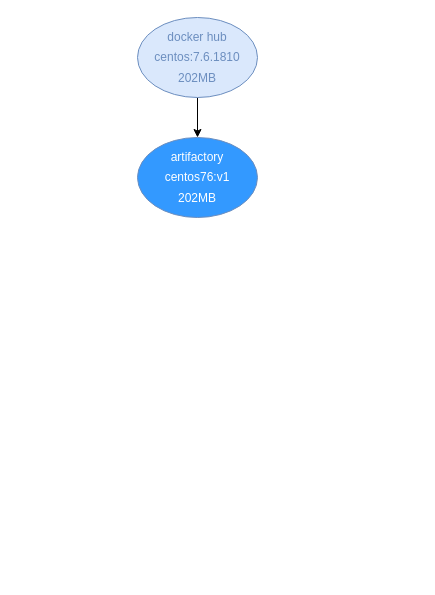
Before: pythonk8s.drawio in zhangjiongcn/drawio, a draw.io diagram. Source tidied: cells renumbered, new cells numbered last; positions are measured from the earlier drawing's top-left corner, leaving out a move shared by most shapes. Both pictures are drawn from the tidied source at 100%, with x=0, y=0 at pixel (137, 17).
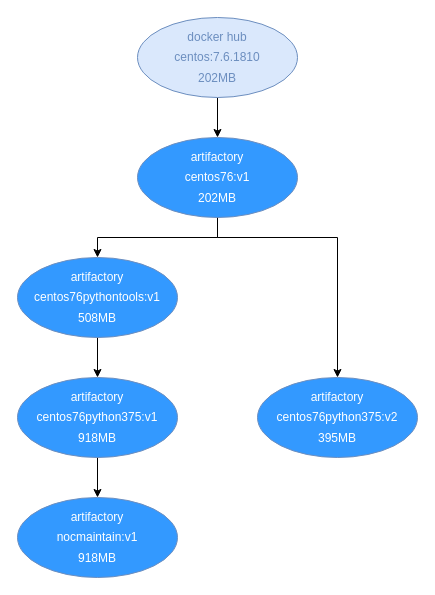
Above is the later version.

Change to the diagram source:
```diff
@@
 <mxGraphModel>
   <root>
     <mxCell id="0" />
     <mxCell id="1" parent="0" />
     <mxCell id="2" style="edgeStyle=orthogonalEdgeStyle;rounded=0;jettySize=auto;html=1;entryX=0.5;entryY=0;entryDx=0;entryDy=0;" parent="1" edge="1" source="3" target="4">
       <mxGeometry relative="1" as="geometry" />
     </mxCell>
     <mxCell id="3" value="&lt;font style=&quot;line-height: 170%&quot;&gt;&lt;font color=&quot;#6c8ebf&quot;&gt;docker hub&lt;br&gt;centos:7.6.1810&lt;br&gt;202MB&lt;/font&gt;&lt;br&gt;&lt;/font&gt;" style="ellipse;whiteSpace=wrap;html=1;fillColor=#dae8fc;strokeColor=#6c8ebf;" parent="1" vertex="1">
-      <mxGeometry width="120" height="80" as="geometry" />
+      <mxGeometry width="160" height="80" as="geometry" />
     </mxCell>
+    <mxCell id="5" style="edgeStyle=orthogonalEdgeStyle;rounded=0;jettySize=auto;html=1;entryX=0.5;entryY=0;entryDx=0;entryDy=0;" parent="1" edge="1" source="4" target="8">
+      <mxGeometry relative="1" as="geometry" />
+    </mxCell>
+    <mxCell id="6" style="edgeStyle=orthogonalEdgeStyle;rounded=0;jettySize=auto;html=1;entryX=0.5;entryY=0;entryDx=0;entryDy=0;" parent="1" edge="1" source="4" target="12">
+      <mxGeometry relative="1" as="geometry">
+        <Array as="points">
+          <mxPoint x="80" y="220" />
+          <mxPoint x="200" y="220" />
+        </Array>
+      </mxGeometry>
+    </mxCell>
     <mxCell id="4" value="&lt;font color=&quot;#ffffff&quot; style=&quot;line-height: 170%&quot;&gt;artifactory&lt;br&gt;centos76:v1&lt;br&gt;202MB&lt;br&gt;&lt;/font&gt;" style="ellipse;whiteSpace=wrap;html=1;fillColor=#3399FF;strokeColor=#6c8ebf;" parent="1" vertex="1">
-      <mxGeometry y="120" width="120" height="80" as="geometry" />
+      <mxGeometry y="120" width="160" height="80" as="geometry" />
     </mxCell>
+    <mxCell id="7" style="edgeStyle=orthogonalEdgeStyle;rounded=0;jettySize=auto;html=1;entryX=0.5;entryY=0;entryDx=0;entryDy=0;" parent="1" edge="1" source="8" target="10">
+      <mxGeometry relative="1" as="geometry" />
+    </mxCell>
+    <mxCell id="8" value="&lt;font color=&quot;#ffffff&quot; style=&quot;line-height: 170%&quot;&gt;artifactory&lt;br&gt;centos76pythontools:v1&lt;br&gt;508MB&lt;br&gt;&lt;/font&gt;" style="ellipse;whiteSpace=wrap;html=1;fillColor=#3399FF;strokeColor=#6c8ebf;" parent="1" vertex="1">
+      <mxGeometry x="-120" y="240" width="160" height="80" as="geometry" />
+    </mxCell>
+    <mxCell id="9" style="edgeStyle=orthogonalEdgeStyle;rounded=0;jettySize=auto;html=1;entryX=0.5;entryY=0;entryDx=0;entryDy=0;" parent="1" edge="1" source="10" target="11">
+      <mxGeometry relative="1" as="geometry" />
+    </mxCell>
+    <mxCell id="10" value="&lt;font color=&quot;#ffffff&quot; style=&quot;line-height: 170%&quot;&gt;artifactory&lt;br&gt;centos76python375:v1&lt;br&gt;918MB&lt;br&gt;&lt;/font&gt;" style="ellipse;whiteSpace=wrap;html=1;fillColor=#3399FF;strokeColor=#6c8ebf;" parent="1" vertex="1">
+      <mxGeometry x="-120" y="360" width="160" height="80" as="geometry" />
+    </mxCell>
+    <mxCell id="11" value="&lt;font color=&quot;#ffffff&quot; style=&quot;line-height: 170%&quot;&gt;artifactory&lt;br&gt;nocmaintain:v1&lt;br&gt;918MB&lt;br&gt;&lt;/font&gt;" style="ellipse;whiteSpace=wrap;html=1;fillColor=#3399FF;strokeColor=#6c8ebf;" parent="1" vertex="1">
+      <mxGeometry x="-120" y="480" width="160" height="80" as="geometry" />
+    </mxCell>
+    <mxCell id="12" value="&lt;font color=&quot;#ffffff&quot; style=&quot;line-height: 170%&quot;&gt;artifactory&lt;br&gt;centos76python375:v2&lt;br&gt;395MB&lt;br&gt;&lt;/font&gt;" style="ellipse;whiteSpace=wrap;html=1;fillColor=#3399FF;strokeColor=#6c8ebf;" parent="1" vertex="1">
+      <mxGeometry x="120" y="360" width="160" height="80" as="geometry" />
+    </mxCell>
   </root>
 </mxGraphModel>
```
